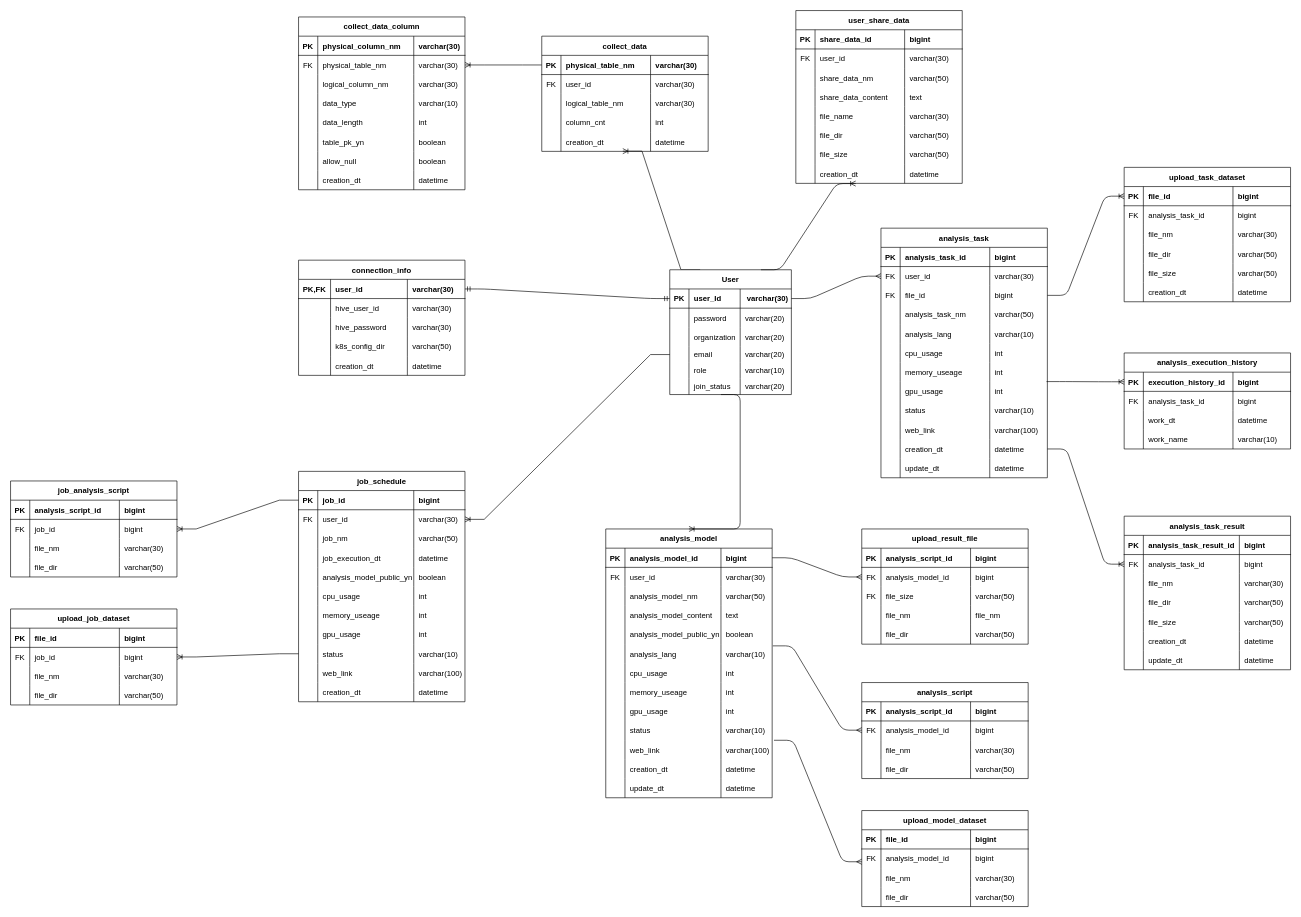
vtw-atm/bigdata-table-diagram keeps this draw.io diagram as 분석 플랫폼 테이블 설계.drawio. Above is the earlier version. Source tidied: cells renumbered, new cells numbered last; positions are measured from the earlier drawing's top-left corner, leaving out a move shared by most shapes. Both pictures are drawn from the tidied source at 64%, with x=0, y=0 at pixel (10, 10).
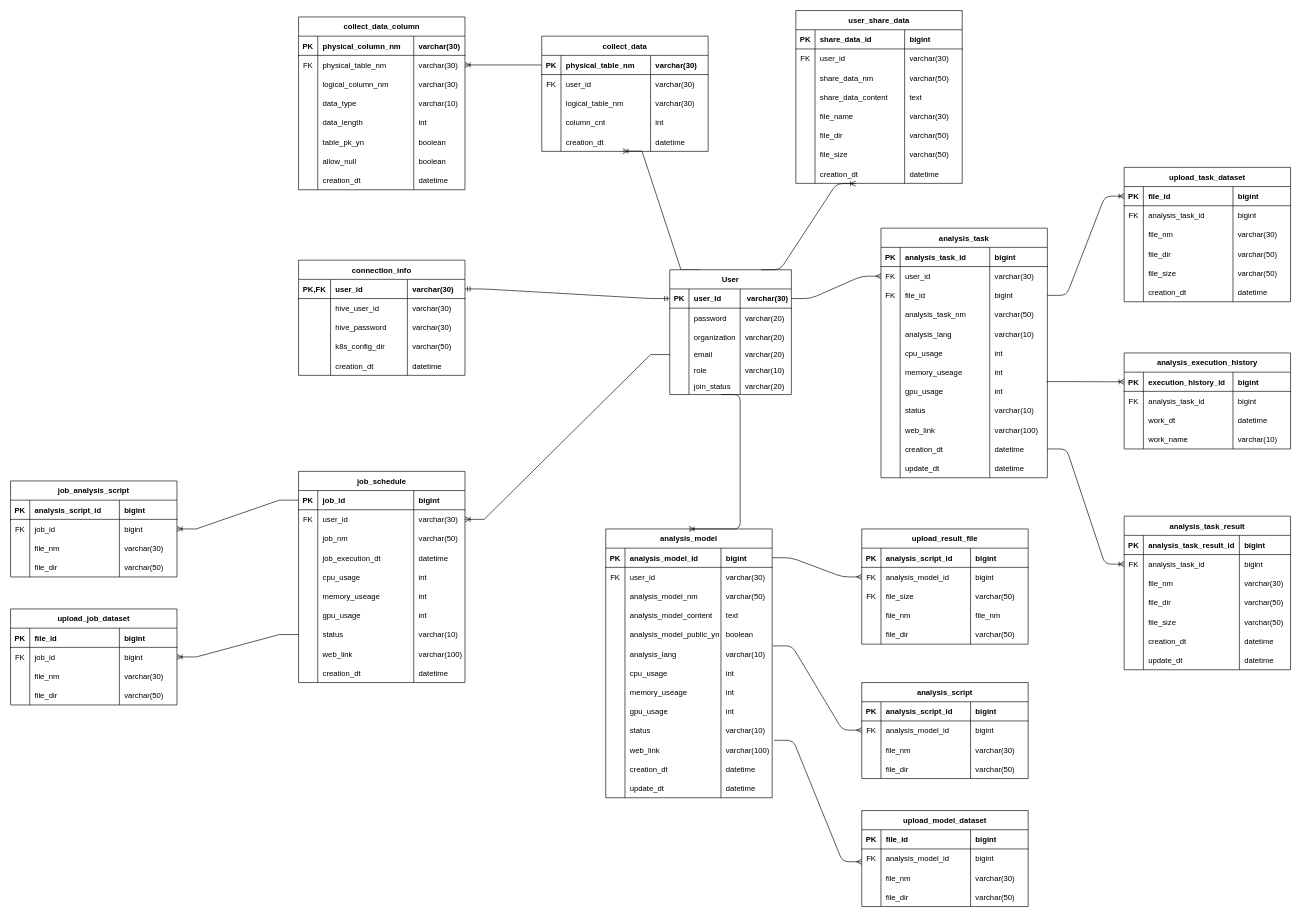
Above is the later version.

Commit message:
분석 플랫폼 테이블 설계.drawio 업데이트

Change to the diagram source:
```diff
@@
     <mxCell id="375" value="job_schedule" style="shape=table;startSize=30;childLayout=tableLayout;rowLines=0;fontStyle=1;align=center;rounded=0;" parent="1" vertex="1">
-      <mxGeometry x="450" y="720" width="260" height="360" as="geometry" />
+      <mxGeometry x="450" y="720" width="260" height="330" as="geometry" />
     </mxCell>
@@
-    <mxCell id="392" style="shape=tableRow;horizontal=0;startSize=0;swimlaneHead=0;swimlaneBody=0;fillColor=none;top=0;left=0;right=0;bottom=0;rounded=0;" parent="375" vertex="1">
-      <mxGeometry y="150" width="260" height="30" as="geometry" />
-    </mxCell>
-    <mxCell id="393" style="shape=partialRectangle;fillColor=none;top=0;left=0;bottom=0;right=0;overflow=hidden;rounded=0;" parent="392" vertex="1">
-      <mxGeometry width="30" height="30" as="geometry" />
-    </mxCell>
-    <mxCell id="394" value="analysis_model_public_yn" style="shape=partialRectangle;fillColor=none;top=0;left=0;bottom=0;right=0;align=left;spacingLeft=6;overflow=hidden;rounded=0;" parent="392" vertex="1">
-      <mxGeometry x="30" width="150" height="30" as="geometry" />
-    </mxCell>
-    <mxCell id="395" value="boolean" style="shape=partialRectangle;fillColor=none;top=0;left=0;bottom=0;right=0;align=left;spacingLeft=6;overflow=hidden;rounded=0;" parent="392" vertex="1">
-      <mxGeometry x="180" width="80" height="30" as="geometry" />
-    </mxCell>
     <mxCell id="396" style="shape=tableRow;horizontal=0;startSize=0;swimlaneHead=0;swimlaneBody=0;fillColor=none;top=0;left=0;right=0;bottom=0;rounded=0;" parent="375" vertex="1">
-      <mxGeometry y="180" width="260" height="30" as="geometry" />
+      <mxGeometry y="150" width="260" height="30" as="geometry" />
     </mxCell>
@@
     <mxCell id="400" style="shape=tableRow;horizontal=0;startSize=0;swimlaneHead=0;swimlaneBody=0;fillColor=none;top=0;left=0;right=0;bottom=0;rounded=0;" parent="375" vertex="1">
-      <mxGeometry y="210" width="260" height="30" as="geometry" />
+      <mxGeometry y="180" width="260" height="30" as="geometry" />
     </mxCell>
@@
     <mxCell id="404" style="shape=tableRow;horizontal=0;startSize=0;swimlaneHead=0;swimlaneBody=0;fillColor=none;top=0;left=0;right=0;bottom=0;rounded=0;" parent="375" vertex="1">
-      <mxGeometry y="240" width="260" height="30" as="geometry" />
+      <mxGeometry y="210" width="260" height="30" as="geometry" />
     </mxCell>
@@
     <mxCell id="408" style="shape=tableRow;horizontal=0;startSize=0;swimlaneHead=0;swimlaneBody=0;fillColor=none;points=[[0,0.5],[1,0.5]];portConstraint=eastwest;top=0;left=0;right=0;bottom=0;rounded=0;" parent="375" vertex="1">
-      <mxGeometry y="270" width="260" height="30" as="geometry" />
+      <mxGeometry y="240" width="260" height="30" as="geometry" />
     </mxCell>
@@
     <mxCell id="412" style="shape=tableRow;horizontal=0;startSize=0;swimlaneHead=0;swimlaneBody=0;fillColor=none;top=0;left=0;right=0;bottom=0;rounded=0;" parent="375" vertex="1">
-      <mxGeometry y="300" width="260" height="30" as="geometry" />
+      <mxGeometry y="270" width="260" height="30" as="geometry" />
     </mxCell>
@@
     <mxCell id="416" style="shape=tableRow;horizontal=0;startSize=0;swimlaneHead=0;swimlaneBody=0;fillColor=none;top=0;left=0;right=0;bottom=0;rounded=0;" parent="375" vertex="1">
-      <mxGeometry y="330" width="260" height="30" as="geometry" />
+      <mxGeometry y="300" width="260" height="30" as="geometry" />
     </mxCell>
```
